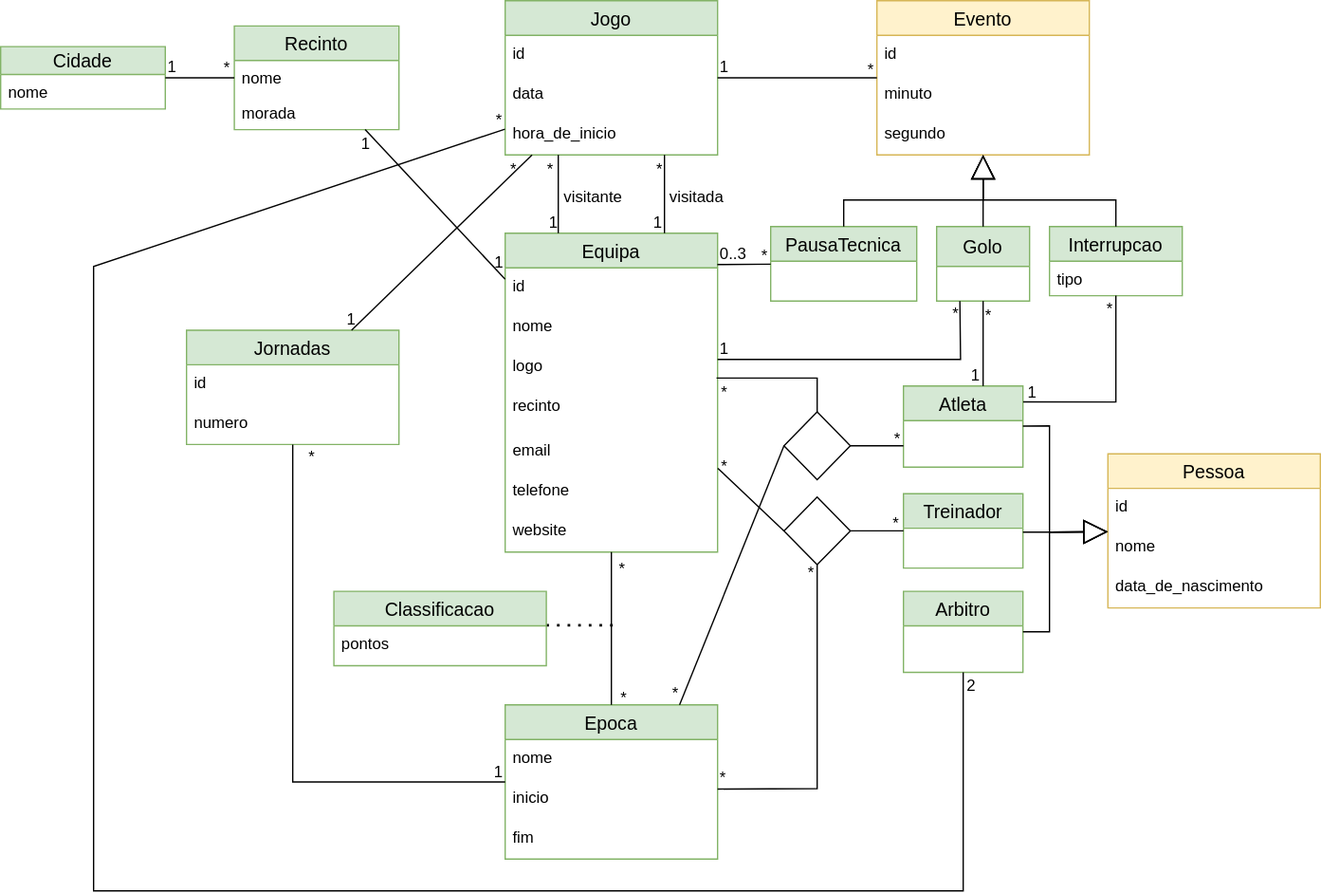
This is Andebol_UML.svg from thePeras/BD_Handball_Database, a draw.io export, as it was before one commit. Source tidied: cells renumbered, new cells last; positions are measured from the earlier drawing's top-left corner, leaving out a move shared by most shapes.
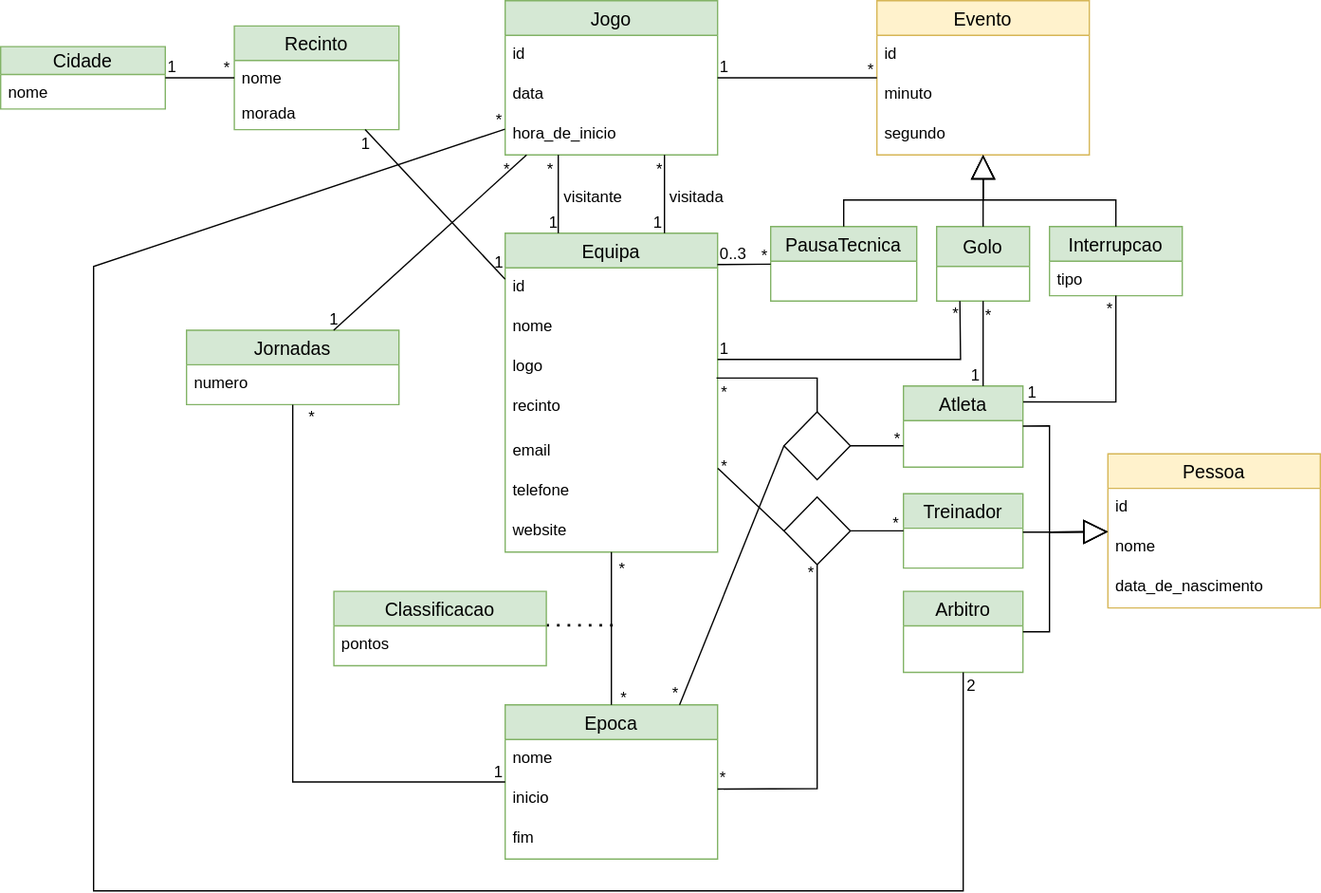
The same file after the commit.

Diff of the diagram source:
```diff
@@ -3,13 +3,10 @@
     <mxCell id="0" />
     <mxCell id="1" parent="0" />
     <mxCell id="2" value="Jornadas" style="swimlane;fontStyle=0;horizontal=1;startSize=26;align=center;fontSize=14;fillColor=#d5e8d4;strokeColor=#82b366;" parent="1" vertex="1">
-      <mxGeometry x="140" y="248" width="160" height="86" as="geometry" />
+      <mxGeometry x="140" y="248" width="160" height="56" as="geometry" />
     </mxCell>
-    <mxCell id="3" value="id" style="text;strokeColor=none;fillColor=none;spacingLeft=4;spacingRight=4;overflow=hidden;fontSize=12;" parent="2" vertex="1">
-      <mxGeometry y="26" width="160" height="30" as="geometry" />
-    </mxCell>
     <mxCell id="4" value="numero" style="text;strokeColor=none;fillColor=none;spacingLeft=4;spacingRight=4;overflow=hidden;fontSize=12;" parent="2" vertex="1">
-      <mxGeometry y="56" width="160" height="30" as="geometry" />
+      <mxGeometry y="26" width="160" height="30" as="geometry" />
     </mxCell>
     <mxCell id="5" value="Epoca" style="swimlane;fontStyle=0;horizontal=1;startSize=26;align=center;fontSize=14;fillColor=#d5e8d4;strokeColor=#82b366;" parent="1" vertex="1">
       <mxGeometry x="380" y="530" width="160" height="116" as="geometry" />
```
